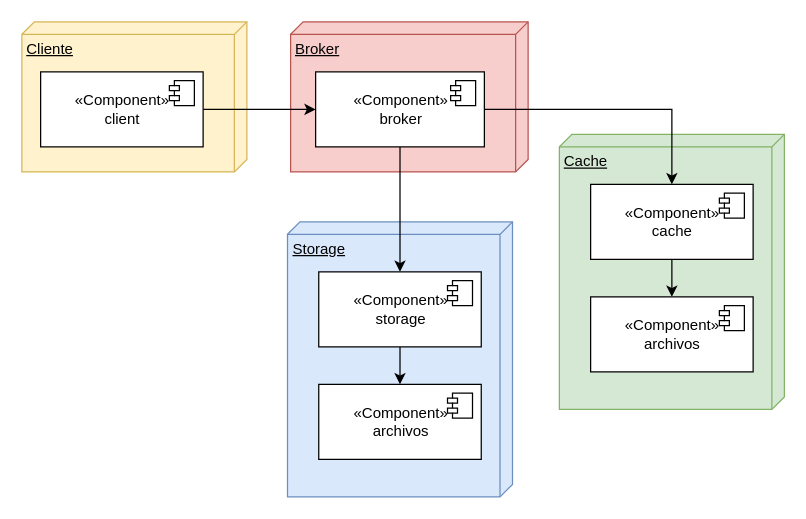
Earlier version of the draw.io diagram page "despliegue" (1 of 3) of diagramas/diagramas.drawio (dhasane/gestor-informacion). Source tidied: cells renumbered, new cells numbered last; positions are measured from the earlier drawing's top-left corner, leaving out a move shared by most shapes. Both pictures are drawn from the tidied source at 125%, with x=0, y=0 at pixel (21, 21).
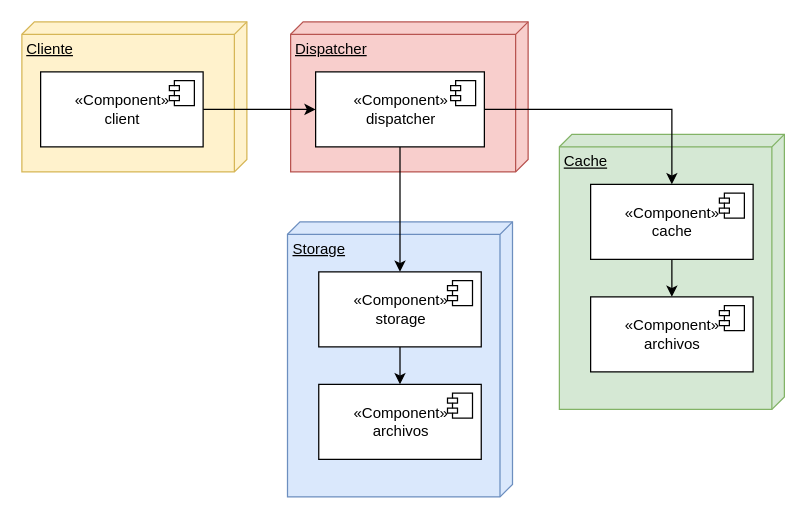
After the change.

The edit, as a diff of the source:
```diff
@@
-    <mxCell id="3" value="Broker" style="verticalAlign=top;align=left;spacingTop=8;spacingLeft=2;spacingRight=12;shape=cube;size=10;direction=south;fontStyle=4;html=1;fillColor=#f8cecc;strokeColor=#b85450;" parent="1" vertex="1">
+    <mxCell id="3" value="Dispatcher" style="verticalAlign=top;align=left;spacingTop=8;spacingLeft=2;spacingRight=12;shape=cube;size=10;direction=south;fontStyle=4;html=1;fillColor=#f8cecc;strokeColor=#b85450;" parent="1" vertex="1">
       <mxGeometry x="215" width="190" height="120" as="geometry" />
     </mxCell>
@@
-    <mxCell id="8" value="«Component»&lt;br&gt;broker" style="html=1;" parent="1" vertex="1">
+    <mxCell id="8" value="«Component»&lt;br&gt;dispatcher" style="html=1;" parent="1" vertex="1">
       <mxGeometry x="235" y="40" width="135" height="60" as="geometry" />
     </mxCell>
```
